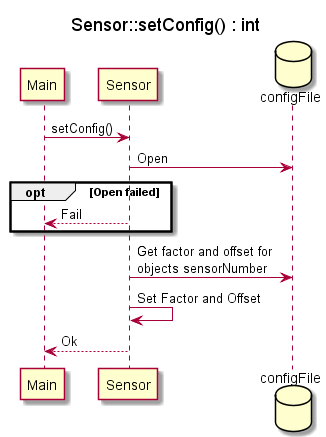
Earlier version of the PlantUML export Design/SE/SensorController Driver/SD_setConfig/SD_SensorControllerDriverSetConfig.png (Solvgraa-mager/E4PRJ4).
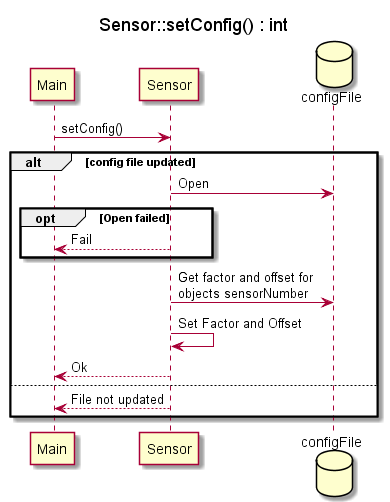
The same file after the commit.

What changed in the source:
```diff
@@ -9,6 +9,7 @@
 database configFile as config
 
 Main -> SD : setConfig()
+alt config file updated
 SD -> config : Open
 opt Open failed
 SD --> Main : Fail
@@ -16,7 +17,9 @@
 SD -> config : Get factor and offset for objects sensorNumber
 SD -> SD : Set Factor and Offset
 SD --> Main : Ok
-
+else
+SD --> Main : File not updated
+end alt
 
 
 
```
